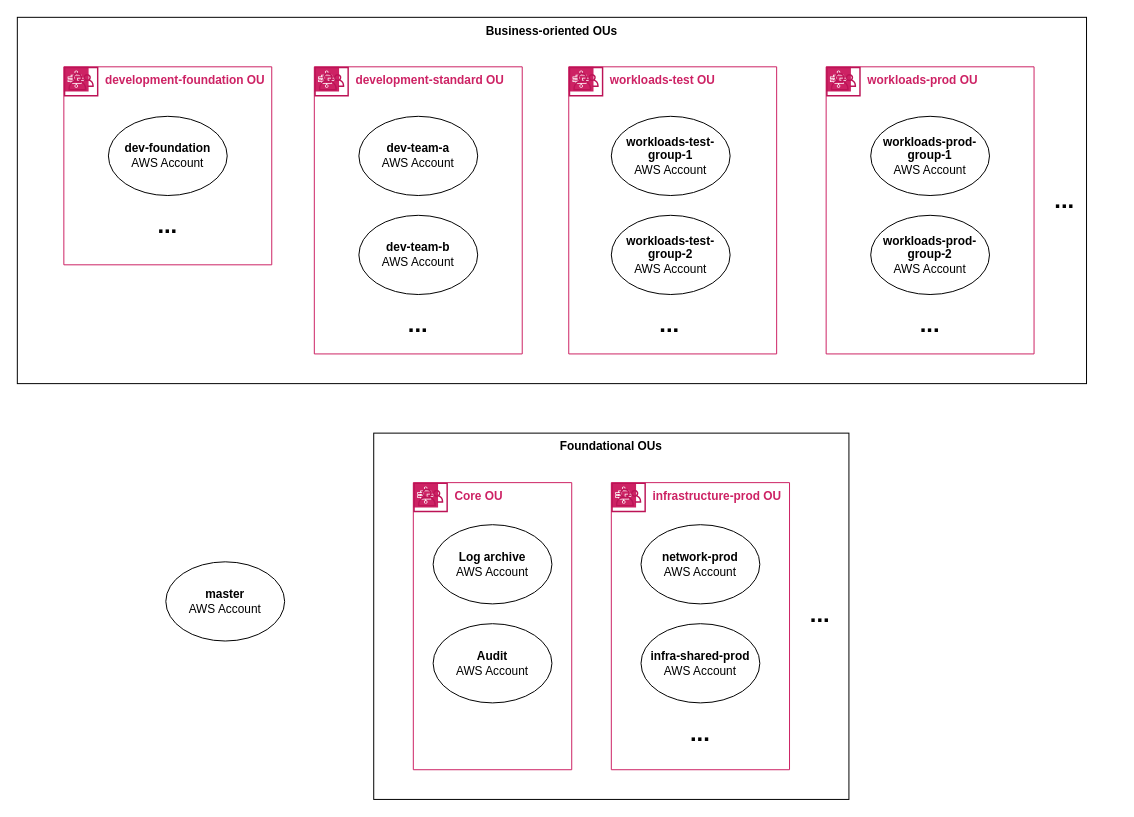
Above: drawings/aws-accounts-ous.drawio in aws-samples/aws-get-started-workshop (draw.io), before the change. Source tidied: cells renumbered, new cells numbered last; positions are measured from the earlier drawing's top-left corner, leaving out a move shared by most shapes. Both pictures are drawn from the tidied source at 99%, with x=0, y=0 at pixel (17, 17).
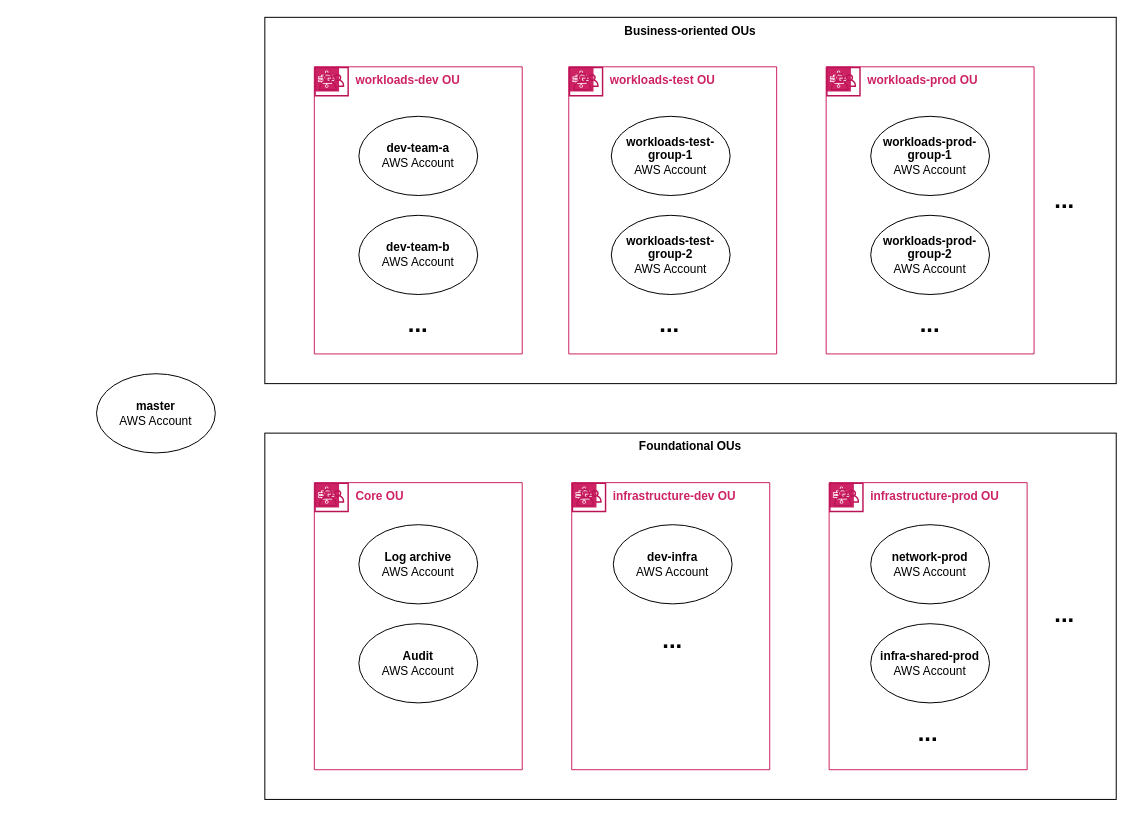
The same page after the edit.

Diff of the diagram source:
```diff
@@
     <mxCell id="2" value="Business-oriented OUs" style="rounded=0;whiteSpace=wrap;html=1;fillColor=#ffffff;verticalAlign=top;fontStyle=1;" parent="1" vertex="1">
-      <mxGeometry width="1080" height="370" as="geometry" />
+      <mxGeometry x="250" width="860" height="370" as="geometry" />
     </mxCell>
@@
-    <mxCell id="5" value="&amp;nbsp;&amp;nbsp; development-foundation OU" style="html=1;whiteSpace=wrap;fontSize=12;fontStyle=1;shape=mxgraph.aws4.group;grIcon=mxgraph.aws4.group_aws_step_functions_workflow;verticalAlign=top;align=left;spacingLeft=30;dashed=0;fontColor=#CD2264;strokeColor=#CD2264;gradientColor=none;" parent="1" vertex="1">
-      <mxGeometry x="47" y="50" width="210" height="200" as="geometry" />
-    </mxCell>
     <mxCell id="6" value="Foundational OUs" style="rounded=0;whiteSpace=wrap;html=1;fillColor=#ffffff;verticalAlign=top;fontStyle=1;" parent="1" vertex="1">
-      <mxGeometry x="360" y="420" width="480" height="370" as="geometry" />
+      <mxGeometry x="250" y="420" width="860" height="370" as="geometry" />
     </mxCell>
     <mxCell id="7" value="&amp;nbsp;&amp;nbsp; Core OU" style="gradientColor=none;html=1;whiteSpace=wrap;fontSize=12;fontStyle=1;shape=mxgraph.aws4.group;grIcon=mxgraph.aws4.group_aws_step_functions_workflow;strokeColor=#CD2264;fillColor=#ffffff;verticalAlign=top;align=left;spacingLeft=30;fontColor=#CD2264;dashed=0;" parent="1" vertex="1">
-      <mxGeometry x="400" y="470" width="160" height="290" as="geometry" />
+      <mxGeometry x="300" y="470" width="210" height="290" as="geometry" />
     </mxCell>
     <mxCell id="8" value="&amp;nbsp;&amp;nbsp; infrastructure-prod OU" style="html=1;whiteSpace=wrap;fontSize=12;fontStyle=1;shape=mxgraph.aws4.group;grIcon=mxgraph.aws4.group_aws_step_functions_workflow;verticalAlign=top;align=left;spacingLeft=30;dashed=0;fontColor=#CD2264;strokeColor=#CD2264;gradientColor=none;" parent="1" vertex="1">
-      <mxGeometry x="600" y="470" width="180" height="290" as="geometry" />
+      <mxGeometry x="820" y="470" width="200" height="290" as="geometry" />
     </mxCell>
     <mxCell id="9" value="&lt;div&gt;&lt;b&gt;Log archive&lt;/b&gt;&lt;/div&gt;&lt;div&gt;AWS Account&lt;br&gt;&lt;/div&gt;" style="ellipse;whiteSpace=wrap;html=1;" parent="1" vertex="1">
-      <mxGeometry x="420" y="512.5" width="120" height="80" as="geometry" />
+      <mxGeometry x="345" y="512.5" width="120" height="80" as="geometry" />
     </mxCell>
     <mxCell id="10" value="&lt;div&gt;&lt;b&gt;Audit&lt;/b&gt;&lt;/div&gt;&lt;div&gt;AWS Account&lt;br&gt;&lt;/div&gt;" style="ellipse;whiteSpace=wrap;html=1;" parent="1" vertex="1">
-      <mxGeometry x="420" y="612.5" width="120" height="80" as="geometry" />
+      <mxGeometry x="345" y="612.5" width="120" height="80" as="geometry" />
     </mxCell>
     <mxCell id="11" value="&lt;div&gt;&lt;b&gt;network-prod&lt;/b&gt;&lt;br&gt;&lt;/div&gt;&lt;div&gt;AWS Account&lt;br&gt;&lt;/div&gt;" style="ellipse;whiteSpace=wrap;html=1;" parent="1" vertex="1">
-      <mxGeometry x="630" y="512.5" width="120" height="80" as="geometry" />
+      <mxGeometry x="862" y="512.5" width="120" height="80" as="geometry" />
     </mxCell>
     <mxCell id="12" value="&lt;b&gt;infra-shared-prod&lt;/b&gt;&lt;div&gt;AWS Account&lt;br&gt;&lt;/div&gt;" style="ellipse;whiteSpace=wrap;html=1;" parent="1" vertex="1">
-      <mxGeometry x="630" y="612.5" width="120" height="80" as="geometry" />
+      <mxGeometry x="862" y="612.5" width="120" height="80" as="geometry" />
     </mxCell>
-    <mxCell id="13" value="&lt;div&gt;&lt;b&gt;dev-foundation&lt;/b&gt;&lt;br&gt;&lt;/div&gt;&lt;div&gt;AWS Account&lt;br&gt;&lt;/div&gt;" style="ellipse;whiteSpace=wrap;html=1;" parent="1" vertex="1">
-      <mxGeometry x="92" y="100" width="120" height="80" as="geometry" />
-    </mxCell>
@@
-    <mxCell id="20" value="&lt;font style=&quot;font-size: 24px&quot;&gt;&lt;b&gt;...&lt;/b&gt;&lt;/font&gt;" style="text;html=1;strokeColor=none;fillColor=none;align=center;verticalAlign=middle;whiteSpace=wrap;rounded=0;" parent="1" vertex="1">
-      <mxGeometry x="132" y="200" width="40" height="20" as="geometry" />
-    </mxCell>
@@
     <mxCell id="22" value="&lt;font style=&quot;font-size: 24px&quot;&gt;&lt;b&gt;...&lt;/b&gt;&lt;/font&gt;" style="text;html=1;strokeColor=none;fillColor=none;align=center;verticalAlign=middle;whiteSpace=wrap;rounded=0;" parent="1" vertex="1">
-      <mxGeometry x="791" y="592.5" width="40" height="20" as="geometry" />
+      <mxGeometry x="1038" y="592.5" width="40" height="20" as="geometry" />
     </mxCell>
     <mxCell id="23" value="&lt;font style=&quot;font-size: 24px&quot;&gt;&lt;b&gt;...&lt;/b&gt;&lt;/font&gt;" style="text;html=1;strokeColor=none;fillColor=none;align=center;verticalAlign=middle;whiteSpace=wrap;rounded=0;" parent="1" vertex="1">
-      <mxGeometry x="670" y="712.5" width="40" height="20" as="geometry" />
+      <mxGeometry x="900" y="712.5" width="40" height="20" as="geometry" />
     </mxCell>
     <mxCell id="24" value="&lt;div&gt;&lt;b&gt;master&lt;/b&gt;&lt;/div&gt;&lt;div&gt;AWS Account&lt;br&gt;&lt;/div&gt;" style="ellipse;whiteSpace=wrap;html=1;" parent="1" vertex="1">
-      <mxGeometry x="150" y="550" width="120" height="80" as="geometry" />
+      <mxGeometry x="80" y="360" width="120" height="80" as="geometry" />
     </mxCell>
     <mxCell id="25" style="fontColor=#232F3E;gradientColor=none;fillColor=#BC1356;strokeColor=none;dashed=0;verticalLabelPosition=bottom;verticalAlign=top;align=center;html=1;fontSize=12;fontStyle=0;shape=mxgraph.aws4.organizations_organizational_unit;" parent="1" vertex="1">
-      <mxGeometry x="400" y="470" width="34.9" height="30" as="geometry" />
+      <mxGeometry x="300" y="470" width="34.9" height="30" as="geometry" />
     </mxCell>
     <mxCell id="26" style="fontColor=#232F3E;gradientColor=none;fillColor=#BC1356;strokeColor=none;dashed=0;verticalLabelPosition=bottom;verticalAlign=top;align=center;html=1;fontSize=12;fontStyle=0;shape=mxgraph.aws4.organizations_organizational_unit;" parent="1" vertex="1">
-      <mxGeometry x="600" y="470" width="34.9" height="30" as="geometry" />
+      <mxGeometry x="820" y="470" width="34.9" height="30" as="geometry" />
     </mxCell>
-    <mxCell id="27" style="fontColor=#232F3E;gradientColor=none;fillColor=#BC1356;strokeColor=none;dashed=0;verticalLabelPosition=bottom;verticalAlign=top;align=center;html=1;fontSize=12;fontStyle=0;shape=mxgraph.aws4.organizations_organizational_unit;" parent="1" vertex="1">
-      <mxGeometry x="47" y="50" width="34.9" height="30" as="geometry" />
-    </mxCell>
-    <mxCell id="28" value="&amp;nbsp;&amp;nbsp; development-standard OU" style="html=1;whiteSpace=wrap;fontSize=12;fontStyle=1;shape=mxgraph.aws4.group;grIcon=mxgraph.aws4.group_aws_step_functions_workflow;verticalAlign=top;align=left;spacingLeft=30;dashed=0;fontColor=#CD2264;strokeColor=#CD2264;gradientColor=none;" parent="1" vertex="1">
+    <mxCell id="28" value="&amp;nbsp;&amp;nbsp; workloads-dev OU" style="html=1;whiteSpace=wrap;fontSize=12;fontStyle=1;shape=mxgraph.aws4.group;grIcon=mxgraph.aws4.group_aws_step_functions_workflow;verticalAlign=top;align=left;spacingLeft=30;dashed=0;fontColor=#CD2264;strokeColor=#CD2264;gradientColor=none;" parent="1" vertex="1">
       <mxGeometry x="300" y="50" width="210" height="290" as="geometry" />
     </mxCell>
@@
+    <mxCell id="35" value="&amp;nbsp;&amp;nbsp; infrastructure-dev OU" style="html=1;whiteSpace=wrap;fontSize=12;fontStyle=1;shape=mxgraph.aws4.group;grIcon=mxgraph.aws4.group_aws_step_functions_workflow;verticalAlign=top;align=left;spacingLeft=30;dashed=0;fontColor=#CD2264;strokeColor=#CD2264;gradientColor=none;" parent="1" vertex="1">
+      <mxGeometry x="560" y="470" width="200" height="290" as="geometry" />
+    </mxCell>
+    <mxCell id="36" value="&lt;div&gt;&lt;b&gt;dev-infra&lt;/b&gt;&lt;br&gt;&lt;/div&gt;&lt;div&gt;AWS Account&lt;br&gt;&lt;/div&gt;" style="ellipse;whiteSpace=wrap;html=1;" parent="1" vertex="1">
+      <mxGeometry x="602" y="512.5" width="120" height="80" as="geometry" />
+    </mxCell>
+    <mxCell id="20" value="&lt;font style=&quot;font-size: 24px&quot;&gt;&lt;b&gt;...&lt;/b&gt;&lt;/font&gt;" style="text;html=1;strokeColor=none;fillColor=none;align=center;verticalAlign=middle;whiteSpace=wrap;rounded=0;" parent="1" vertex="1">
+      <mxGeometry x="642" y="620" width="40" height="20" as="geometry" />
+    </mxCell>
+    <mxCell id="37" style="fontColor=#232F3E;gradientColor=none;fillColor=#BC1356;strokeColor=none;dashed=0;verticalLabelPosition=bottom;verticalAlign=top;align=center;html=1;fontSize=12;fontStyle=0;shape=mxgraph.aws4.organizations_organizational_unit;" parent="1" vertex="1">
+      <mxGeometry x="560" y="470" width="34.9" height="30" as="geometry" />
+    </mxCell>
```
